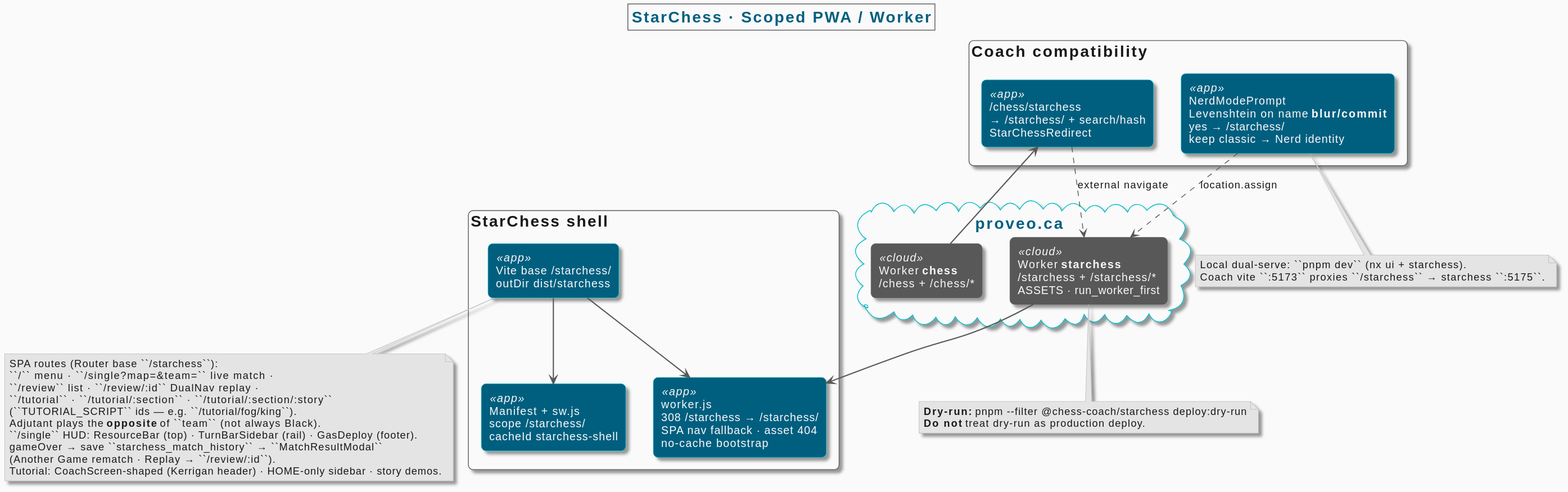
Before: _spec/apps/starchess/deployment.svg, a diagram exported from PlantUML (proveo-ca/chess-coach).
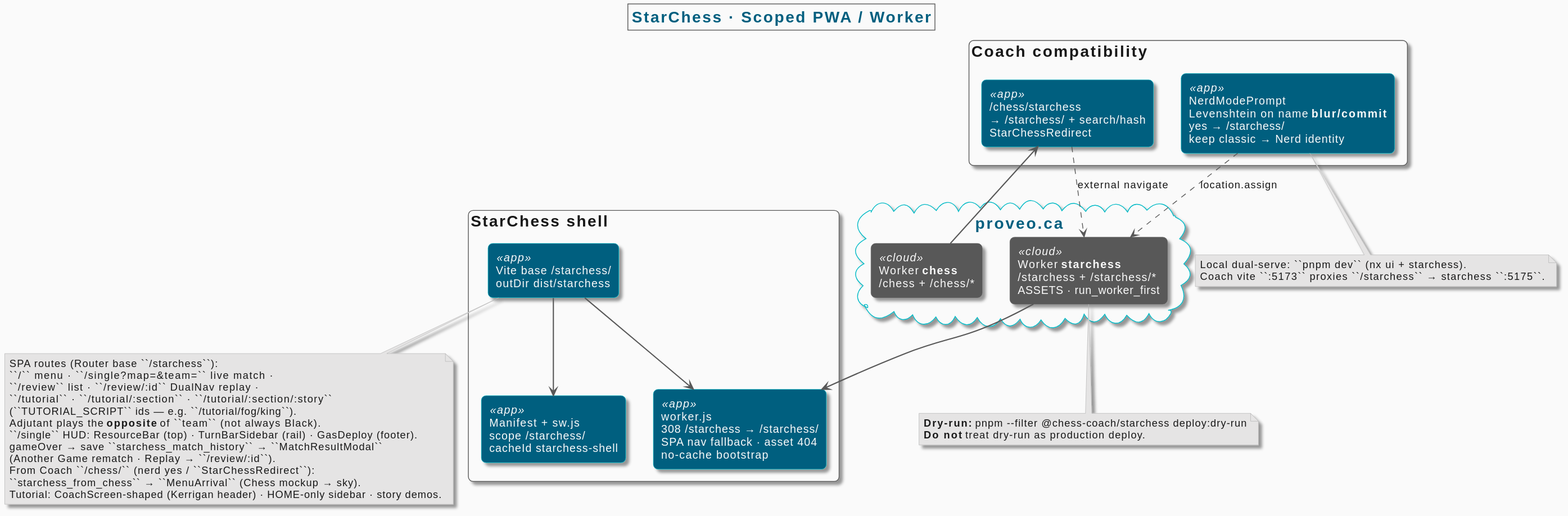
Above is the later version.

Diff of the diagram source:
```diff
@@ -39,6 +39,8 @@
   ``/single`` HUD: ResourceBar (top) · TurnBarSidebar (rail) · GasDeploy (footer).
   gameOver → save ``starchess_match_history`` → ``MatchResultModal``
   (Another Game rematch · Replay → ``/review/:id``).
+  From Coach ``/chess/`` (nerd yes / ``StarChessRedirect``):
+  ``starchess_from_chess`` → ``MenuArrival`` (Chess mockup → sky).
   Tutorial: CoachScreen-shaped (Kerrigan header) · HOME-only sidebar · story demos.
 end note
 
```
